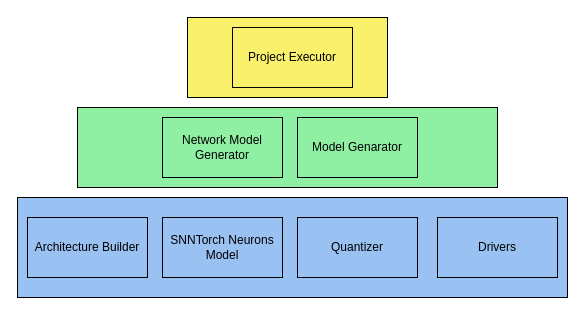
The draw.io diagram modnef_pyramid.drawio in AurelieSa/draw_io, before the edit. Source tidied: cells renumbered, new cells numbered last; positions are measured from the earlier drawing's top-left corner, leaving out a move shared by most shapes. Both pictures are drawn from the tidied source at 100%, with x=0, y=0 at pixel (17, 17).
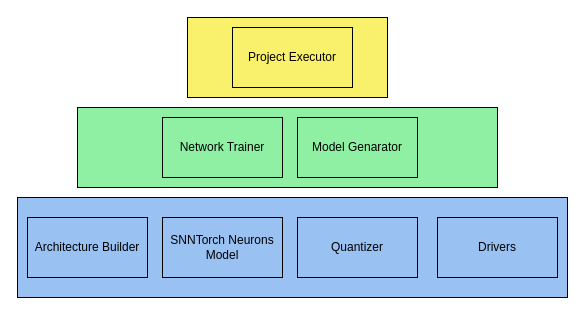
The same diagram, later.

Change to the diagram source:
```diff
@@
 <mxGraphModel>
   <root>
     <mxCell id="0" />
     <mxCell id="1" parent="0" />
     <mxCell id="2" style="rounded=0;whiteSpace=wrap;html=1;fillColor=light-dark(#f9f06b, #ededed);" parent="1" vertex="1">
       <mxGeometry x="170" width="200" height="80" as="geometry" />
     </mxCell>
     <mxCell id="3" style="rounded=0;whiteSpace=wrap;html=1;fillColor=light-dark(#8ff0a4, #ededed);" parent="1" vertex="1">
       <mxGeometry x="60" y="90" width="420" height="80" as="geometry" />
     </mxCell>
     <mxCell id="4" style="rounded=0;whiteSpace=wrap;html=1;fillColor=light-dark(#99c1f1, #ededed);gradientColor=none;" parent="1" vertex="1">
       <mxGeometry y="180" width="550" height="100" as="geometry" />
     </mxCell>
     <mxCell id="5" value="Architecture Builder" style="rounded=0;whiteSpace=wrap;html=1;fillColor=none;" parent="1" vertex="1">
       <mxGeometry x="10" y="200" width="120" height="60" as="geometry" />
     </mxCell>
     <mxCell id="6" value="SNNTorch Neurons Model" style="rounded=0;whiteSpace=wrap;html=1;fillColor=none;" parent="1" vertex="1">
       <mxGeometry x="145" y="200" width="120" height="60" as="geometry" />
     </mxCell>
     <mxCell id="7" value="Quantizer" style="rounded=0;whiteSpace=wrap;html=1;fillColor=none;" parent="1" vertex="1">
       <mxGeometry x="280" y="200" width="120" height="60" as="geometry" />
     </mxCell>
     <mxCell id="8" value="&lt;div&gt;Drivers&lt;/div&gt;" style="rounded=0;whiteSpace=wrap;html=1;fillColor=none;" parent="1" vertex="1">
       <mxGeometry x="420" y="200" width="120" height="60" as="geometry" />
     </mxCell>
     <mxCell id="9" value="Model Genarator" style="rounded=0;whiteSpace=wrap;html=1;fillColor=none;" parent="1" vertex="1">
       <mxGeometry x="280" y="100" width="120" height="60" as="geometry" />
     </mxCell>
-    <mxCell id="10" value="Network Model Generator" style="rounded=0;whiteSpace=wrap;html=1;fillColor=none;" parent="1" vertex="1">
+    <mxCell id="10" value="Network Trainer" style="rounded=0;whiteSpace=wrap;html=1;fillColor=none;" parent="1" vertex="1">
       <mxGeometry x="145" y="100" width="120" height="60" as="geometry" />
     </mxCell>
     <mxCell id="11" value="Project Executor" style="rounded=0;whiteSpace=wrap;html=1;fillColor=none;" parent="1" vertex="1">
       <mxGeometry x="215" y="10" width="120" height="60" as="geometry" />
     </mxCell>
   </root>
 </mxGraphModel>
```
